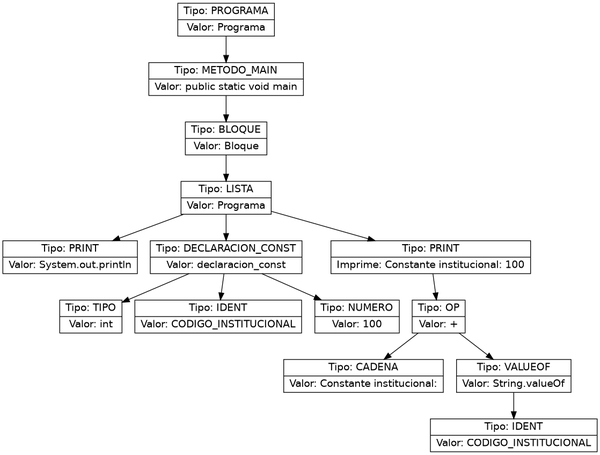
The Graphviz diagram ast.png in Farot30/OLC2_2s2025_202307820, before a commit. Its source is kept beside it as ast.dot.
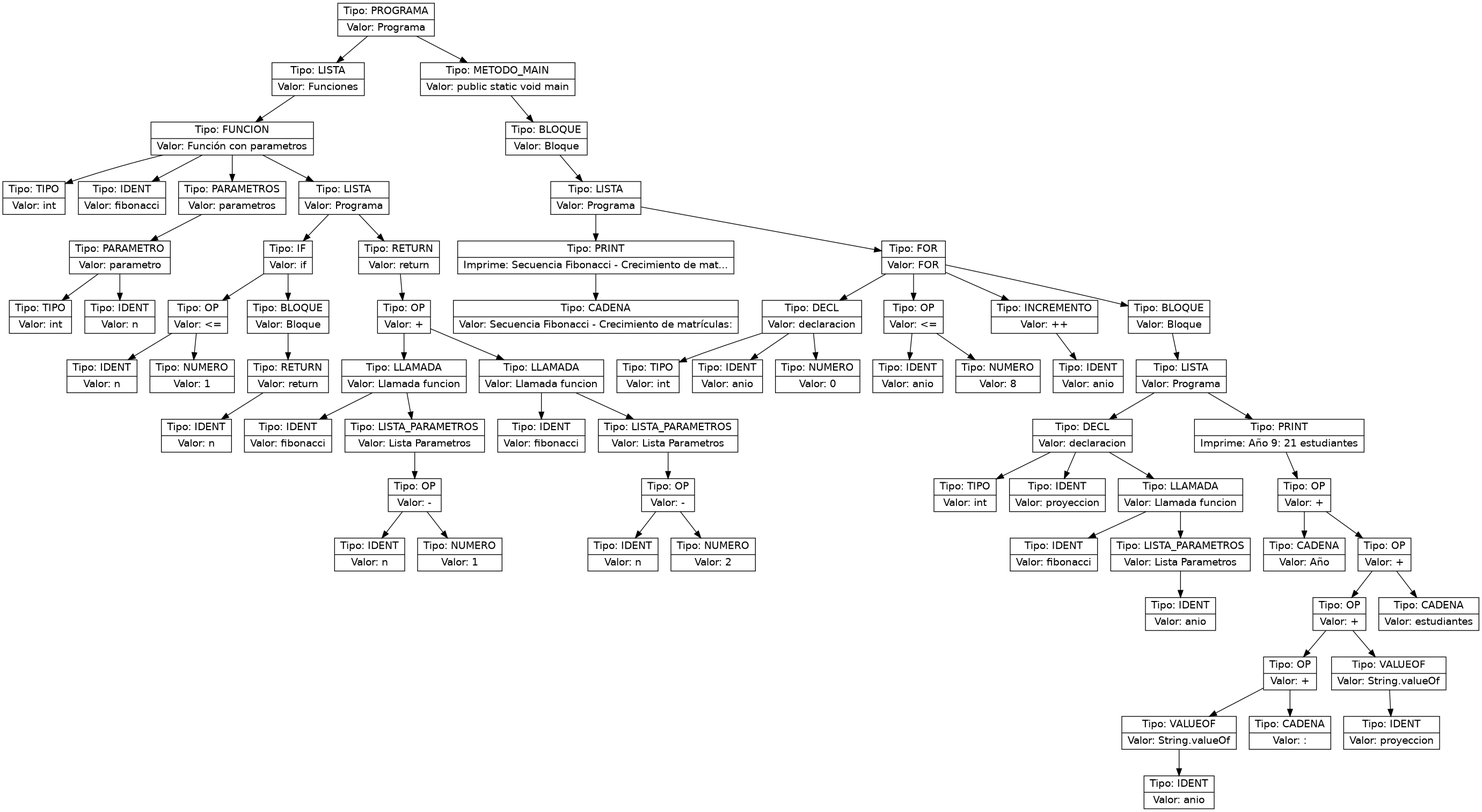
After the change.

Diff of the diagram source:
```diff
@@ -1,30 +1,136 @@
 digraph AST {
   node [shape=record,fontname="Helvetica"];
-  n0x608803b5ddc0 [label="{Tipo: PROGRAMA|Valor: Programa}"];
-  n0x608803b5ddc0 -> n0x608803842c10;
-  n0x608803842c10 [label="{Tipo: METODO_MAIN|Valor: public static void main}"];
-  n0x608803842c10 -> n0x608803b5bc70;
-  n0x608803b5bc70 [label="{Tipo: BLOQUE|Valor: Bloque}"];
-  n0x608803b5bc70 -> n0x6088038772d0;
-  n0x6088038772d0 [label="{Tipo: LISTA|Valor: Programa}"];
-  n0x6088038772d0 -> n0x608803c17960;
-  n0x608803c17960 [label="{Tipo: PRINT|Valor: System.out.println}"];
-  n0x6088038772d0 -> n0x6088038765e0;
-  n0x6088038765e0 [label="{Tipo: DECLARACION_CONST|Valor: declaracion_const}"];
-  n0x6088038765e0 -> n0x608803c14740;
-  n0x608803c14740 [label="{Tipo: TIPO|Valor: int}"];
-  n0x6088038765e0 -> n0x608803c19870;
-  n0x608803c19870 [label="{Tipo: IDENT|Valor: CODIGO_INSTITUCIONAL}"];
-  n0x6088038765e0 -> n0x608803b60b10;
-  n0x608803b60b10 [label="{Tipo: NUMERO|Valor: 100}"];
-  n0x6088038772d0 -> n0x608803875b60;
-  n0x608803875b60 [label="{Tipo: PRINT|Imprime: Constante institucional: 100}"];
-  n0x608803875b60 -> n0x608803b56110;
-  n0x608803b56110 [label="{Tipo: OP|Valor: +}"];
-  n0x608803b56110 -> n0x608803a28580;
-  n0x608803a28580 [label="{Tipo: CADENA|Valor: Constante institucional: }"];
-  n0x608803b56110 -> n0x608803a442b0;
-  n0x608803a442b0 [label="{Tipo: VALUEOF|Valor: String.valueOf}"];
-  n0x608803a442b0 -> n0x608803bc04f0;
-  n0x608803bc04f0 [label="{Tipo: IDENT|Valor: CODIGO_INSTITUCIONAL}"];
+  n0x5796487d2b40 [label="{Tipo: PROGRAMA|Valor: Programa}"];
+  n0x5796487d2b40 -> n0x579648b10220;
+  n0x579648b10220 [label="{Tipo: LISTA|Valor: Funciones}"];
+  n0x579648b10220 -> n0x5796486f9f60;
+  n0x5796486f9f60 [label="{Tipo: FUNCION|Valor: Función con parametros}"];
+  n0x5796486f9f60 -> n0x57964871d2f0;
+  n0x57964871d2f0 [label="{Tipo: TIPO|Valor: int}"];
+  n0x5796486f9f60 -> n0x5796487c2df0;
+  n0x5796487c2df0 [label="{Tipo: IDENT|Valor: fibonacci}"];
+  n0x5796486f9f60 -> n0x579648964de0;
+  n0x579648964de0 [label="{Tipo: PARAMETROS|Valor: parametros}"];
+  n0x579648964de0 -> n0x57964871c7b0;
+  n0x57964871c7b0 [label="{Tipo: PARAMETRO|Valor: parametro}"];
+  n0x57964871c7b0 -> n0x579648725890;
+  n0x579648725890 [label="{Tipo: TIPO|Valor: int}"];
+  n0x57964871c7b0 -> n0x5796488ca9d0;
+  n0x5796488ca9d0 [label="{Tipo: IDENT|Valor: n}"];
+  n0x5796486f9f60 -> n0x579648ad75e0;
+  n0x579648ad75e0 [label="{Tipo: LISTA|Valor: Programa}"];
+  n0x579648ad75e0 -> n0x579648ac3290;
+  n0x579648ac3290 [label="{Tipo: IF|Valor: if}"];
+  n0x579648ac3290 -> n0x57964871d530;
+  n0x57964871d530 [label="{Tipo: OP|Valor: &lt;=}"];
+  n0x57964871d530 -> n0x5796489ad780;
+  n0x5796489ad780 [label="{Tipo: IDENT|Valor: n}"];
+  n0x57964871d530 -> n0x5796488c9fd0;
+  n0x5796488c9fd0 [label="{Tipo: NUMERO|Valor: 1}"];
+  n0x579648ac3290 -> n0x579648a5afd0;
+  n0x579648a5afd0 [label="{Tipo: BLOQUE|Valor: Bloque}"];
+  n0x579648a5afd0 -> n0x5796488c9800;
+  n0x5796488c9800 [label="{Tipo: RETURN|Valor: return}"];
+  n0x5796488c9800 -> n0x5796488ccad0;
+  n0x5796488ccad0 [label="{Tipo: IDENT|Valor: n}"];
+  n0x579648ad75e0 -> n0x5796488c93a0;
+  n0x5796488c93a0 [label="{Tipo: RETURN|Valor: return}"];
+  n0x5796488c93a0 -> n0x57964893f000;
+  n0x57964893f000 [label="{Tipo: OP|Valor: +}"];
+  n0x57964893f000 -> n0x57964896a040;
+  n0x57964896a040 [label="{Tipo: LLAMADA|Valor: Llamada funcion}"];
+  n0x57964896a040 -> n0x579648a601f0;
+  n0x579648a601f0 [label="{Tipo: IDENT|Valor: fibonacci}"];
+  n0x57964896a040 -> n0x5796488ca840;
+  n0x5796488ca840 [label="{Tipo: LISTA_PARAMETROS|Valor: Lista Parametros}"];
+  n0x5796488ca840 -> n0x5796487097d0;
+  n0x5796487097d0 [label="{Tipo: OP|Valor: -}"];
+  n0x5796487097d0 -> n0x579648a73e70;
+  n0x579648a73e70 [label="{Tipo: IDENT|Valor: n}"];
+  n0x5796487097d0 -> n0x579648964b60;
+  n0x579648964b60 [label="{Tipo: NUMERO|Valor: 1}"];
+  n0x57964893f000 -> n0x5796488c9030;
+  n0x5796488c9030 [label="{Tipo: LLAMADA|Valor: Llamada funcion}"];
+  n0x5796488c9030 -> n0x579648b0d180;
+  n0x579648b0d180 [label="{Tipo: IDENT|Valor: fibonacci}"];
+  n0x5796488c9030 -> n0x5796488e3890;
+  n0x5796488e3890 [label="{Tipo: LISTA_PARAMETROS|Valor: Lista Parametros}"];
+  n0x5796488e3890 -> n0x5796488bccf0;
+  n0x5796488bccf0 [label="{Tipo: OP|Valor: -}"];
+  n0x5796488bccf0 -> n0x579648a4f080;
+  n0x579648a4f080 [label="{Tipo: IDENT|Valor: n}"];
+  n0x5796488bccf0 -> n0x5796489b1b00;
+  n0x5796489b1b00 [label="{Tipo: NUMERO|Valor: 2}"];
+  n0x5796487d2b40 -> n0x579648725dd0;
+  n0x579648725dd0 [label="{Tipo: METODO_MAIN|Valor: public static void main}"];
+  n0x579648725dd0 -> n0x5796488e1810;
+  n0x5796488e1810 [label="{Tipo: BLOQUE|Valor: Bloque}"];
+  n0x5796488e1810 -> n0x579648a70090;
+  n0x579648a70090 [label="{Tipo: LISTA|Valor: Programa}"];
+  n0x579648a70090 -> n0x5796488e1b30;
+  n0x5796488e1b30 [label="{Tipo: PRINT|Imprime: Secuencia Fibonacci - Crecimiento de mat...}"];
+  n0x5796488e1b30 -> n0x579648ad6640;
+  n0x579648ad6640 [label="{Tipo: CADENA|Valor: Secuencia Fibonacci - Crecimiento de matrículas:}"];
+  n0x579648a70090 -> n0x5796489abb50;
+  n0x5796489abb50 [label="{Tipo: FOR|Valor: FOR}"];
+  n0x5796489abb50 -> n0x5796486b4560;
+  n0x5796486b4560 [label="{Tipo: DECL|Valor: declaracion}"];
+  n0x5796486b4560 -> n0x579648ac1fa0;
+  n0x579648ac1fa0 [label="{Tipo: TIPO|Valor: int}"];
+  n0x5796486b4560 -> n0x579648750cd0;
+  n0x579648750cd0 [label="{Tipo: IDENT|Valor: anio}"];
+  n0x5796486b4560 -> n0x57964870e5e0;
+  n0x57964870e5e0 [label="{Tipo: NUMERO|Valor: 0}"];
+  n0x5796489abb50 -> n0x579648931cf0;
+  n0x579648931cf0 [label="{Tipo: OP|Valor: &lt;=}"];
+  n0x579648931cf0 -> n0x57964870ec40;
+  n0x57964870ec40 [label="{Tipo: IDENT|Valor: anio}"];
+  n0x579648931cf0 -> n0x579648a6eb20;
+  n0x579648a6eb20 [label="{Tipo: NUMERO|Valor: 8}"];
+  n0x5796489abb50 -> n0x579648a5cbb0;
+  n0x579648a5cbb0 [label="{Tipo: INCREMENTO|Valor: ++}"];
+  n0x579648a5cbb0 -> n0x5796489b2e70;
+  n0x5796489b2e70 [label="{Tipo: IDENT|Valor: anio}"];
+  n0x5796489abb50 -> n0x579648711b00;
+  n0x579648711b00 [label="{Tipo: BLOQUE|Valor: Bloque}"];
+  n0x579648711b00 -> n0x5796486e5510;
+  n0x5796486e5510 [label="{Tipo: LISTA|Valor: Programa}"];
+  n0x5796486e5510 -> n0x57964896abe0;
+  n0x57964896abe0 [label="{Tipo: DECL|Valor: declaracion}"];
+  n0x57964896abe0 -> n0x5796486f2390;
+  n0x5796486f2390 [label="{Tipo: TIPO|Valor: int}"];
+  n0x57964896abe0 -> n0x57964880a650;
+  n0x57964880a650 [label="{Tipo: IDENT|Valor: proyeccion}"];
+  n0x57964896abe0 -> n0x5796486f5950;
+  n0x5796486f5950 [label="{Tipo: LLAMADA|Valor: Llamada funcion}"];
+  n0x5796486f5950 -> n0x579648927870;
+  n0x579648927870 [label="{Tipo: IDENT|Valor: fibonacci}"];
+  n0x5796486f5950 -> n0x5796489bd280;
+  n0x5796489bd280 [label="{Tipo: LISTA_PARAMETROS|Valor: Lista Parametros}"];
+  n0x5796489bd280 -> n0x579648b07c20;
+  n0x579648b07c20 [label="{Tipo: IDENT|Valor: anio}"];
+  n0x5796486e5510 -> n0x57964870de70;
+  n0x57964870de70 [label="{Tipo: PRINT|Imprime: Año 9: 21 estudiantes}"];
+  n0x57964870de70 -> n0x579648a68e00;
+  n0x579648a68e00 [label="{Tipo: OP|Valor: +}"];
+  n0x579648a68e00 -> n0x5796487f0bd0;
+  n0x5796487f0bd0 [label="{Tipo: CADENA|Valor: Año }"];
+  n0x579648a68e00 -> n0x57964871f9a0;
+  n0x57964871f9a0 [label="{Tipo: OP|Valor: +}"];
+  n0x57964871f9a0 -> n0x5796488e9be0;
+  n0x5796488e9be0 [label="{Tipo: OP|Valor: +}"];
+  n0x5796488e9be0 -> n0x57964870d810;
+  n0x57964870d810 [label="{Tipo: OP|Valor: +}"];
+  n0x57964870d810 -> n0x5796486f6bf0;
+  n0x5796486f6bf0 [label="{Tipo: VALUEOF|Valor: String.valueOf}"];
+  n0x5796486f6bf0 -> n0x57964870e2b0;
+  n0x57964870e2b0 [label="{Tipo: IDENT|Valor: anio}"];
+  n0x57964870d810 -> n0x5796488f44e0;
+  n0x5796488f44e0 [label="{Tipo: CADENA|Valor: : }"];
+  n0x5796488e9be0 -> n0x579648713d00;
+  n0x579648713d00 [label="{Tipo: VALUEOF|Valor: String.valueOf}"];
+  n0x579648713d00 -> n0x579648713e10;
+  n0x579648713e10 [label="{Tipo: IDENT|Valor: proyeccion}"];
+  n0x57964871f9a0 -> n0x579648718a00;
+  n0x579648718a00 [label="{Tipo: CADENA|Valor:  estudiantes}"];
 }
```
